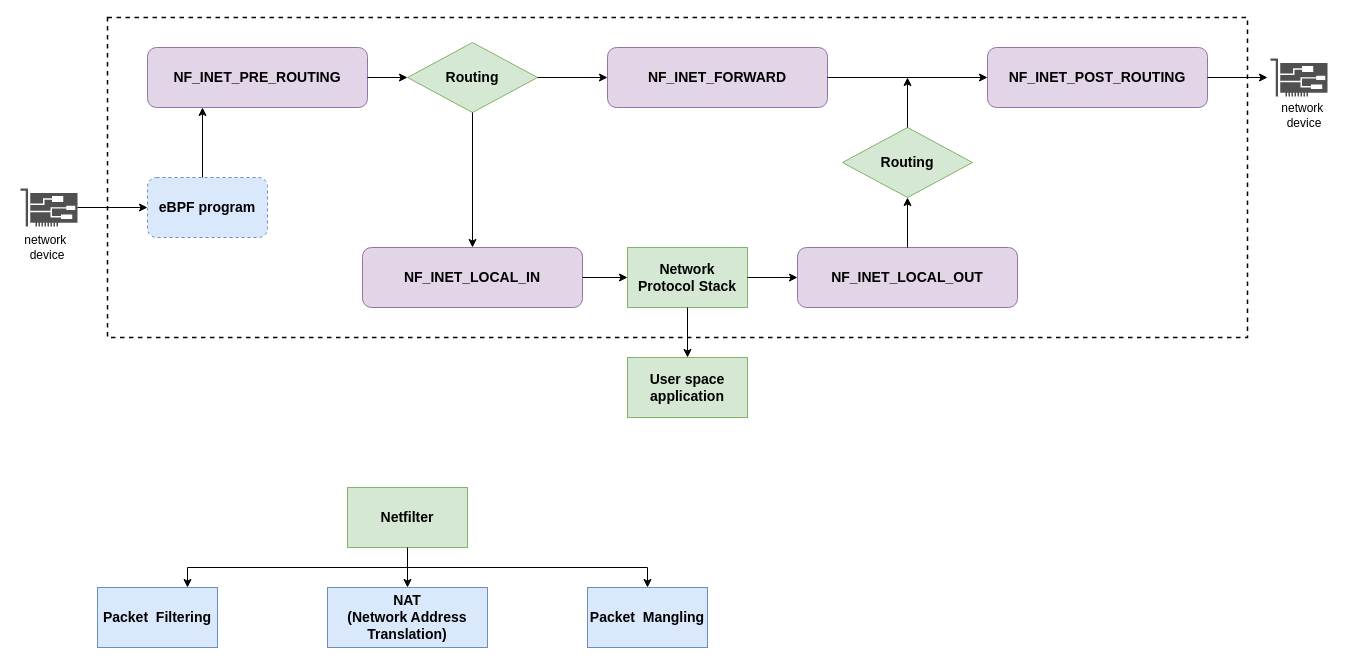
Before: netfilter.drawio in baoqger/drawing.io, a draw.io diagram. Source tidied: cells renumbered, new cells numbered last; positions are measured from the earlier drawing's top-left corner, leaving out a move shared by most shapes. Both pictures are drawn from the tidied source at 100%, with x=0, y=0 at pixel (17, 17).
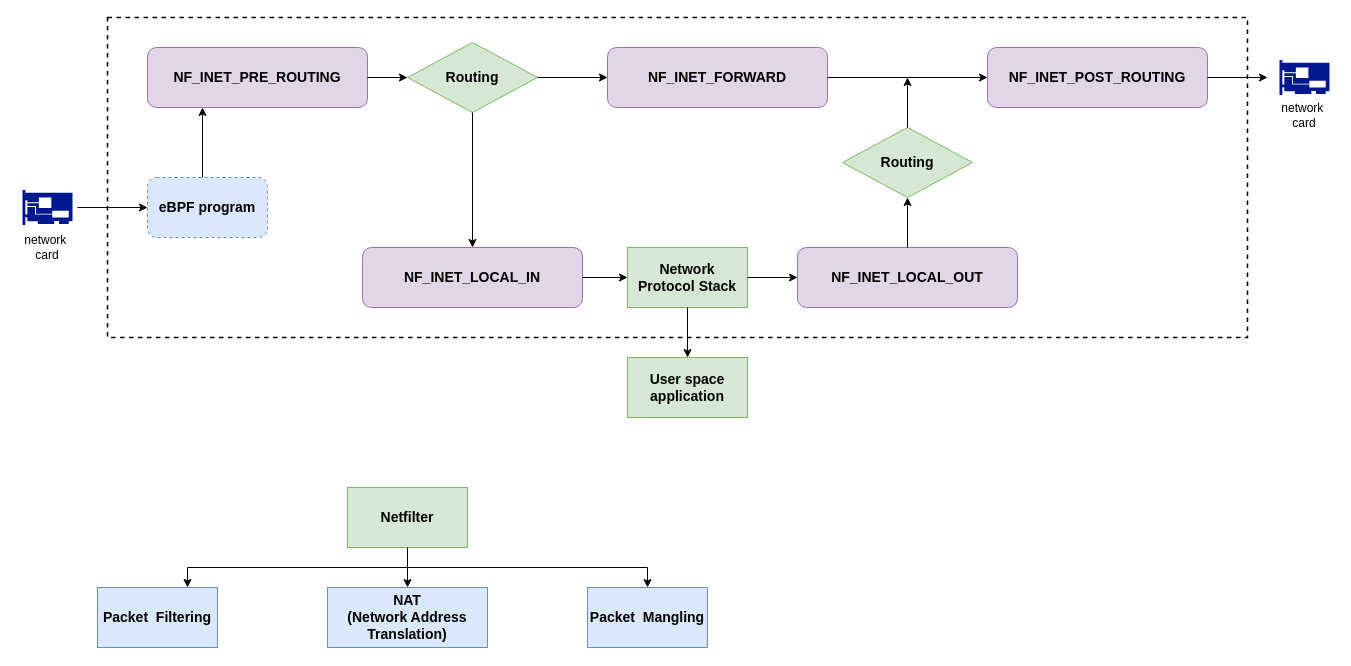
The same diagram, later.

Unchanged cells that the change refers to:
```xml
<mxCell id="31" value="eBPF program" style="rounded=1;whiteSpace=wrap;html=1;dashed=1;fillColor=#dae8fc;strokeColor=#6c8ebf;fontStyle=1;fontSize=14;" parent="1" vertex="1">
  <mxGeometry x="130" y="160" width="120" height="60" as="geometry" />
</mxCell>
```

Change to the diagram source:
```diff
@@
-    <mxCell id="27" style="sketch=0;shadow=0;dashed=0;html=1;strokeColor=none;fillColor=#505050;labelPosition=center;verticalLabelPosition=bottom;verticalAlign=top;outlineConnect=0;align=center;shape=mxgraph.office.devices.nic;" parent="1" vertex="1">
-      <mxGeometry x="3" y="171" width="57" height="38" as="geometry" />
-    </mxCell>
-    <mxCell id="28" style="sketch=0;shadow=0;dashed=0;html=1;strokeColor=none;fillColor=#505050;labelPosition=center;verticalLabelPosition=bottom;verticalAlign=top;align=center;shape=mxgraph.office.devices.nic;" parent="1" vertex="1">
-      <mxGeometry x="1253" y="41" width="57" height="38" as="geometry" />
-    </mxCell>
-    <mxCell id="29" value="network&amp;nbsp;&lt;br&gt;device" style="text;html=1;strokeColor=none;fillColor=none;align=center;verticalAlign=middle;whiteSpace=wrap;rounded=0;dashed=1;" parent="1" vertex="1">
+    <mxCell id="29" value="network&amp;nbsp;&lt;br&gt;card" style="text;html=1;strokeColor=none;fillColor=none;align=center;verticalAlign=middle;whiteSpace=wrap;rounded=0;dashed=1;" parent="1" vertex="1">
       <mxGeometry y="215" width="60" height="30" as="geometry" />
     </mxCell>
-    <mxCell id="30" value="network&amp;nbsp;&lt;br&gt;device" style="text;html=1;strokeColor=none;fillColor=none;align=center;verticalAlign=middle;whiteSpace=wrap;rounded=0;dashed=1;" parent="1" vertex="1">
+    <mxCell id="30" value="network&amp;nbsp;&lt;br&gt;card" style="text;html=1;strokeColor=none;fillColor=none;align=center;verticalAlign=middle;whiteSpace=wrap;rounded=0;dashed=1;" parent="1" vertex="1">
       <mxGeometry x="1257" y="83" width="60" height="30" as="geometry" />
     </mxCell>
@@
-    <mxCell id="32" style="endArrow=classic;html=1;rounded=0;fontSize=14;entryX=0;entryY=0.5;entryDx=0;entryDy=0;" parent="1" edge="1" source="27" target="31">
-      <mxGeometry relative="1" as="geometry" />
+    <mxCell id="32" style="endArrow=classic;html=1;rounded=0;fontSize=14;entryX=0;entryY=0.5;entryDx=0;entryDy=0;" parent="1" edge="1" target="31">
+      <mxGeometry relative="1" as="geometry">
+        <mxPoint x="60" y="190" as="sourcePoint" />
+      </mxGeometry>
     </mxCell>
@@
+    <mxCell id="36" style="sketch=0;shadow=0;dashed=0;html=1;strokeColor=none;labelPosition=center;verticalLabelPosition=bottom;verticalAlign=top;align=center;fillColor=#00188D;shape=mxgraph.mscae.enterprise.network_card;fontSize=18;" parent="1" vertex="1">
+      <mxGeometry x="5" y="172.5" width="50" height="35" as="geometry" />
+    </mxCell>
+    <mxCell id="37" style="sketch=0;shadow=0;dashed=0;html=1;strokeColor=none;labelPosition=center;verticalLabelPosition=bottom;verticalAlign=top;align=center;fillColor=#00188D;shape=mxgraph.mscae.enterprise.network_card;fontSize=18;" parent="1" vertex="1">
+      <mxGeometry x="1262" y="42.5" width="50" height="35" as="geometry" />
+    </mxCell>
```
